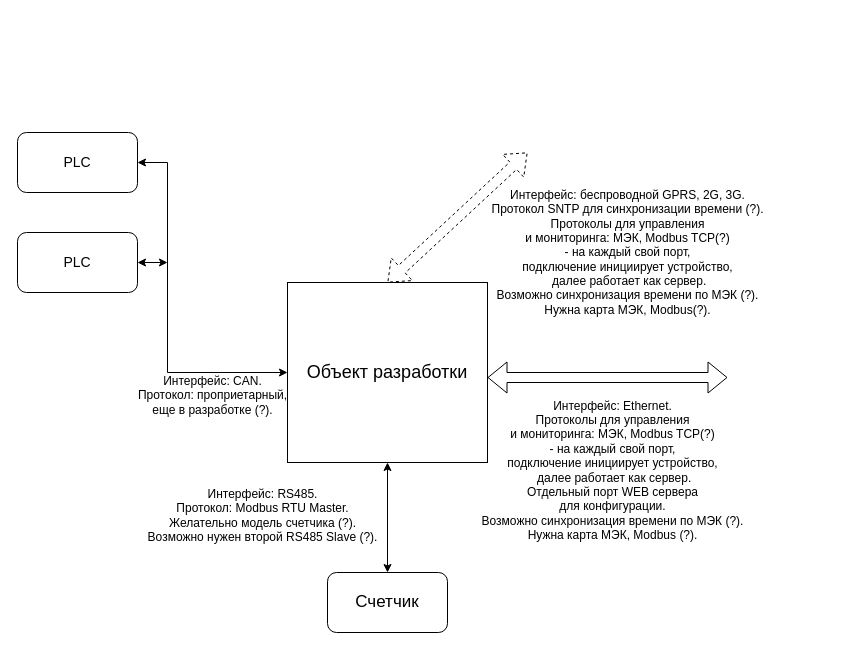
Earlier version of the draw.io diagram plchub.drawio (SokolovRV/draw). Source tidied: cells renumbered, new cells numbered last; positions are measured from the earlier drawing's top-left corner, leaving out a move shared by most shapes. Both pictures are drawn from the tidied source at 100%, with x=0, y=0 at pixel (17, 132).
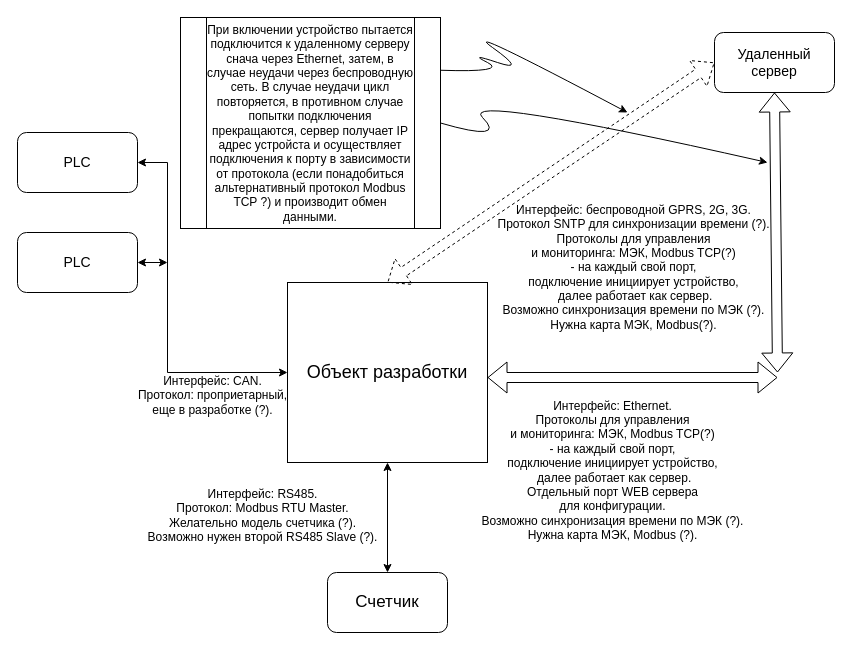
After the change.

Unchanged cells that the change refers to:
```xml
<mxCell id="2" value="&lt;font style=&quot;font-size: 18px;&quot;&gt;Объект разработки&lt;/font&gt;" style="rounded=0;whiteSpace=wrap;html=1;" parent="1" vertex="1">
  <mxGeometry x="270" y="150" width="200" height="180" as="geometry" />
</mxCell>
```

Change to the diagram source:
```diff
@@
     <mxCell id="13" style="shape=flexArrow;endArrow=classic;html=1;rounded=0;startArrow=block;" parent="1" edge="1">
       <mxGeometry relative="1" as="geometry">
         <mxPoint x="470" y="245" as="sourcePoint" />
-        <mxPoint x="710" y="245" as="targetPoint" />
+        <mxPoint x="760" y="245" as="targetPoint" />
       </mxGeometry>
     </mxCell>
@@
-    <mxCell id="15" style="shape=flexArrow;endArrow=classic;html=1;rounded=0;exitX=0.5;exitY=0;exitDx=0;exitDy=0;startArrow=block;dashed=1;" parent="1" edge="1" source="2">
-      <mxGeometry relative="1" as="geometry">
-        <mxPoint x="510" y="20" as="targetPoint" />
-      </mxGeometry>
+    <mxCell id="15" style="shape=flexArrow;endArrow=classic;html=1;rounded=0;exitX=0.5;exitY=0;exitDx=0;exitDy=0;startArrow=block;dashed=1;entryX=0;entryY=0.5;entryDx=0;entryDy=0;" parent="1" edge="1" source="2" target="17">
+      <mxGeometry relative="1" as="geometry" />
     </mxCell>
     <mxCell id="16" value="Интерфейс: беспроводной GPRS, 2G, 3G.&lt;br&gt;Протокол SNTP для синхронизации времени (?).&lt;br&gt;Протоколы для управления&lt;br style=&quot;border-color: var(--border-color);&quot;&gt;и мониторинга: МЭК, Modbus TCP(?)&lt;br style=&quot;border-color: var(--border-color);&quot;&gt;- на каждый свой порт,&lt;br style=&quot;border-color: var(--border-color);&quot;&gt;подключение инициирует устройство,&lt;br style=&quot;border-color: var(--border-color);&quot;&gt;&amp;nbsp;далее работает как сервер.&lt;br&gt;Возможно синхронизация времени по МЭК (?).&lt;br&gt;Нужна карта МЭК, Modbus(?)." style="text;html=1;align=center;verticalAlign=middle;strokeColor=none;fillColor=none;" parent="1" vertex="1">
-      <mxGeometry x="460" y="50" width="300" height="140" as="geometry" />
+      <mxGeometry x="466" y="65" width="300" height="140" as="geometry" />
     </mxCell>
+    <mxCell id="17" value="&lt;font style=&quot;font-size: 14px;&quot;&gt;Удаленный сервер&lt;/font&gt;" style="rounded=1;whiteSpace=wrap;html=1;" parent="1" vertex="1">
+      <mxGeometry x="697" y="-100" width="120" height="60" as="geometry" />
+    </mxCell>
+    <mxCell id="18" style="shape=flexArrow;endArrow=classic;html=1;rounded=0;startArrow=block;exitX=0.5;exitY=1;exitDx=0;exitDy=0;" parent="1" edge="1" source="17">
+      <mxGeometry relative="1" as="geometry">
+        <mxPoint x="760" y="240" as="targetPoint" />
+      </mxGeometry>
+    </mxCell>
+    <mxCell id="19" value="При включении устройство пытается подключится к удаленному серверу снача через Ethernet, затем, в случае неудачи через беспроводную сеть. В случае неудачи цикл повторяется, в противном случае попытки подключения прекращаются, сервер получает IP адрес устройста и осуществляет подключения к порту в зависимости от протокола (если понадобиться альтернативный протокол Modbus TCP ?) и производит обмен данными." style="shape=process;whiteSpace=wrap;html=1;backgroundOutline=1;" parent="1" vertex="1">
+      <mxGeometry x="163" y="-115" width="260" height="211" as="geometry" />
+    </mxCell>
+    <mxCell id="20" style="curved=1;endArrow=classic;html=1;rounded=0;exitX=1;exitY=0.25;exitDx=0;exitDy=0;" parent="1" edge="1" source="19">
+      <mxGeometry relative="1" as="geometry">
+        <mxPoint x="610" y="-20" as="targetPoint" />
+        <Array as="points">
+          <mxPoint x="490" y="-60" />
+          <mxPoint x="450" y="-80" />
+          <mxPoint x="510" y="-60" />
+          <mxPoint x="440" y="-110" />
+        </Array>
+      </mxGeometry>
+    </mxCell>
+    <mxCell id="21" style="curved=1;endArrow=classic;html=1;rounded=0;exitX=1;exitY=0.5;exitDx=0;exitDy=0;" parent="1" edge="1" source="19">
+      <mxGeometry relative="1" as="geometry">
+        <mxPoint x="750" y="30" as="targetPoint" />
+        <Array as="points">
+          <mxPoint x="490" y="10" />
+          <mxPoint x="440" y="-40" />
+        </Array>
+      </mxGeometry>
+    </mxCell>
```
